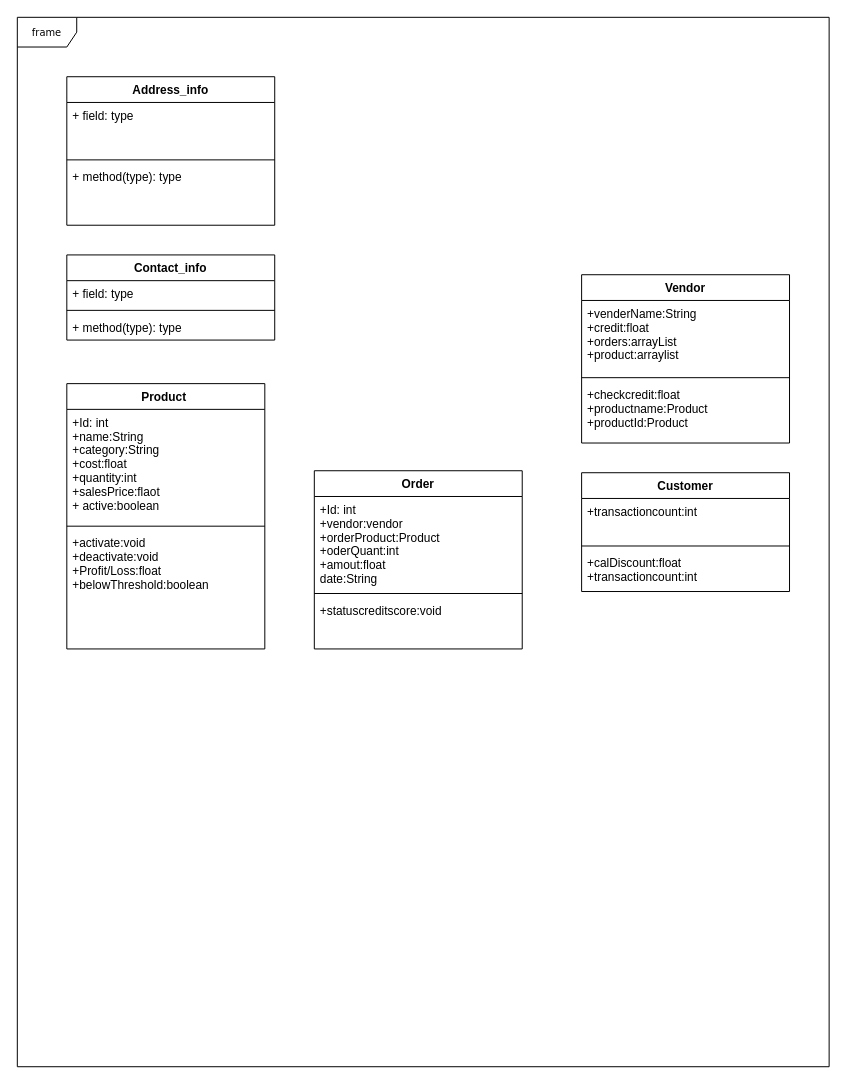
The draw.io diagram Untitled Diagram.drawio in bhiogade/new-one, before the edit. Source tidied: cells renumbered, new cells numbered last; positions are measured from the earlier drawing's top-left corner, leaving out a move shared by most shapes. Both pictures are drawn from the tidied source at 99%, with x=0, y=0 at pixel (17, 17).
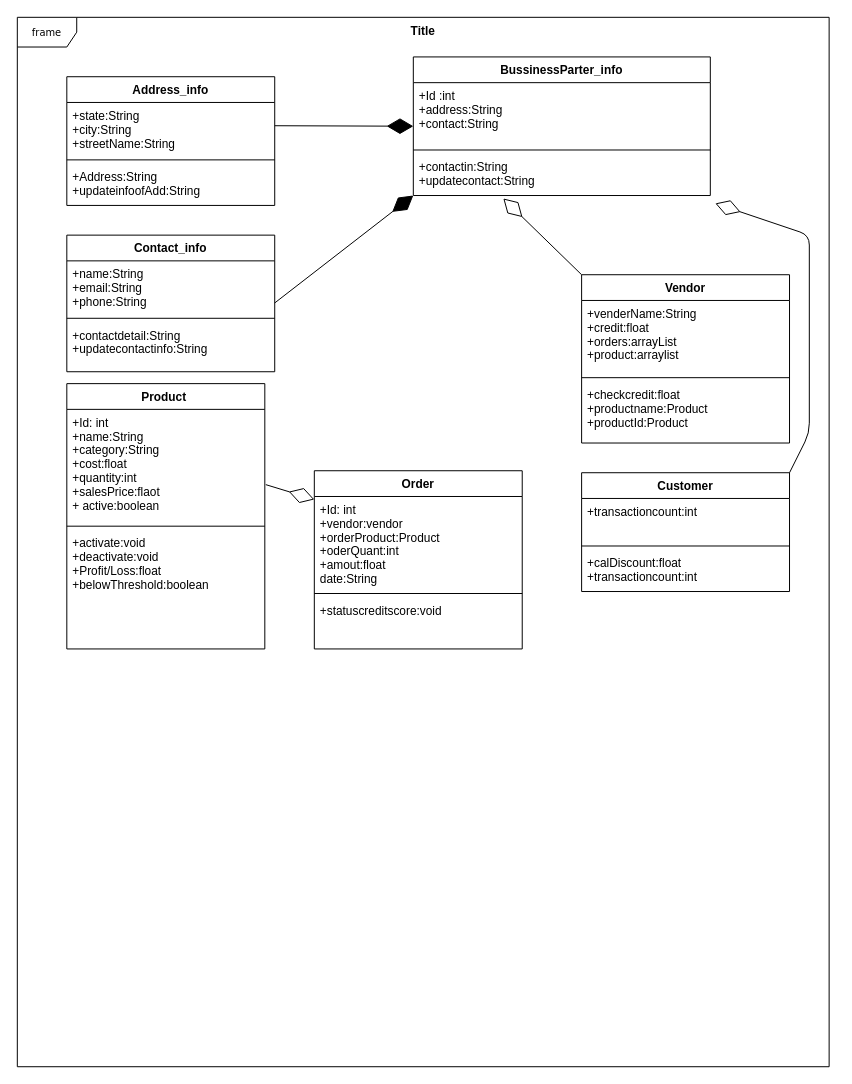
The same diagram, later.

The change refers to these unchanged cells:
```xml
<mxCell id="4" value="+Id: int&#10;+name:String&#10;+category:String&#10;+cost:float&#10;+quantity:int&#10;+salesPrice:flaot&#10;+ active:boolean" style="text;strokeColor=none;fillColor=none;align=left;verticalAlign=top;spacingLeft=4;spacingRight=4;overflow=hidden;points=[[0,0.5],[1,0.5]];portConstraint=eastwest;" parent="3" vertex="1">
  <mxGeometry y="26" width="200" height="114" as="geometry" />
</mxCell>
<mxCell id="11" value="Vendor" style="swimlane;fontStyle=1;align=center;verticalAlign=top;horizontal=1;startSize=26;fillColor=none;gradientColor=none;" parent="1" vertex="1">
  <mxGeometry x="570" y="260" width="210" height="170" as="geometry" />
</mxCell>
<mxCell id="15" value="Customer" style="swimlane;fontStyle=1;align=center;verticalAlign=top;horizontal=1;startSize=26;fillColor=none;gradientColor=none;" parent="1" vertex="1">
  <mxGeometry x="570" y="460" width="210" height="120" as="geometry" />
</mxCell>
```

Diff of the diagram source:
```diff
@@
     <mxCell id="19" value="Address_info" style="swimlane;fontStyle=1;align=center;verticalAlign=top;horizontal=1;startSize=26;fillColor=none;gradientColor=none;" parent="1" vertex="1">
-      <mxGeometry x="50" y="60" width="210" height="150" as="geometry" />
+      <mxGeometry x="50" y="60" width="210" height="130" as="geometry" />
     </mxCell>
-    <mxCell id="20" value="+ field: type" style="text;strokeColor=none;fillColor=none;align=left;verticalAlign=top;spacingLeft=4;spacingRight=4;overflow=hidden;" parent="19" vertex="1">
+    <mxCell id="20" value="+state:String&#10;+city:String&#10;+streetName:String&#10;" style="text;strokeColor=none;fillColor=none;align=left;verticalAlign=top;spacingLeft=4;spacingRight=4;overflow=hidden;" parent="19" vertex="1">
       <mxGeometry y="26" width="210" height="54" as="geometry" />
     </mxCell>
@@
-    <mxCell id="22" value="+ method(type): type" style="text;strokeColor=none;fillColor=none;align=left;verticalAlign=top;spacingLeft=4;spacingRight=4;overflow=hidden;" parent="19" vertex="1">
-      <mxGeometry y="88" width="210" height="62" as="geometry" />
+    <mxCell id="22" value="+Address:String&#10;+updateinfoofAdd:String" style="text;strokeColor=none;fillColor=none;align=left;verticalAlign=top;spacingLeft=4;spacingRight=4;overflow=hidden;" parent="19" vertex="1">
+      <mxGeometry y="88" width="210" height="42" as="geometry" />
     </mxCell>
     <mxCell id="23" value="Contact_info" style="swimlane;fontStyle=1;align=center;verticalAlign=top;horizontal=1;startSize=26;fillColor=none;gradientColor=none;" parent="1" vertex="1">
-      <mxGeometry x="50" y="240" width="210" height="86" as="geometry" />
+      <mxGeometry x="50" y="220" width="210" height="138" as="geometry" />
     </mxCell>
-    <mxCell id="24" value="+ field: type" style="text;strokeColor=none;fillColor=none;align=left;verticalAlign=top;spacingLeft=4;spacingRight=4;overflow=hidden;" parent="23" vertex="1">
-      <mxGeometry y="26" width="210" height="26" as="geometry" />
+    <mxCell id="24" value="+name:String&#10;+email:String&#10;+phone:String" style="text;strokeColor=none;fillColor=none;align=left;verticalAlign=top;spacingLeft=4;spacingRight=4;overflow=hidden;" parent="23" vertex="1">
+      <mxGeometry y="26" width="210" height="54" as="geometry" />
     </mxCell>
     <mxCell id="25" style="line;strokeWidth=1;fillColor=none;align=left;verticalAlign=middle;spacingTop=-1;spacingLeft=3;spacingRight=3;labelPosition=right;" parent="23" vertex="1">
-      <mxGeometry y="52" width="210" height="8" as="geometry" />
+      <mxGeometry y="80" width="210" height="8" as="geometry" />
     </mxCell>
-    <mxCell id="26" value="+ method(type): type" style="text;strokeColor=none;fillColor=none;align=left;verticalAlign=top;spacingLeft=4;spacingRight=4;overflow=hidden;" parent="23" vertex="1">
-      <mxGeometry y="60" width="210" height="26" as="geometry" />
+    <mxCell id="26" value="+contactdetail:String&#10;+updatecontactinfo:String" style="text;strokeColor=none;fillColor=none;align=left;verticalAlign=top;spacingLeft=4;spacingRight=4;overflow=hidden;" parent="23" vertex="1">
+      <mxGeometry y="88" width="210" height="50" as="geometry" />
     </mxCell>
+    <mxCell id="27" value="BussinessParter_info" style="swimlane;fontStyle=1;align=center;verticalAlign=top;horizontal=1;startSize=26;fillColor=none;gradientColor=none;" parent="1" vertex="1">
+      <mxGeometry x="400" y="40" width="300" height="140" as="geometry" />
+    </mxCell>
+    <mxCell id="28" value="+Id :int&#10;+address:String&#10;+contact:String" style="text;strokeColor=none;fillColor=none;align=left;verticalAlign=top;spacingLeft=4;spacingRight=4;overflow=hidden;" parent="27" vertex="1">
+      <mxGeometry y="26" width="300" height="64" as="geometry" />
+    </mxCell>
+    <mxCell id="29" style="line;strokeWidth=1;fillColor=none;align=left;verticalAlign=middle;spacingTop=-1;spacingLeft=3;spacingRight=3;labelPosition=right;" parent="27" vertex="1">
+      <mxGeometry y="90" width="300" height="8" as="geometry" />
+    </mxCell>
+    <mxCell id="30" value="+contactin:String&#10;+updatecontact:String" style="text;strokeColor=none;fillColor=none;align=left;verticalAlign=top;spacingLeft=4;spacingRight=4;overflow=hidden;points=[[0,0.5],[1,0.5]];portConstraint=eastwest;" parent="27" vertex="1">
+      <mxGeometry y="98" width="300" height="42" as="geometry" />
+    </mxCell>
+    <mxCell id="31" value="Title" style="text;align=center;fontStyle=1;verticalAlign=middle;spacingLeft=3;spacingRight=3;strokeColor=none;fillColor=none;gradientColor=none;" parent="1" vertex="1">
+      <mxGeometry x="370" width="80" height="26" as="geometry" />
+    </mxCell>
+    <mxCell id="32" style="endArrow=diamondThin;endFill=1;endSize=24;html=1;entryX=0;entryY=0.5;entryDx=0;entryDy=0;" parent="1" edge="1" target="27">
+      <mxGeometry relative="1" as="geometry">
+        <mxPoint x="260" y="109.5" as="sourcePoint" />
+      </mxGeometry>
+    </mxCell>
+    <mxCell id="33" style="endArrow=diamondThin;endFill=1;endSize=24;html=1;entryX=0;entryY=1;entryDx=0;entryDy=0;" parent="1" edge="1" target="27">
+      <mxGeometry relative="1" as="geometry">
+        <mxPoint x="260" y="288.5" as="sourcePoint" />
+      </mxGeometry>
+    </mxCell>
+    <mxCell id="34" style="endArrow=diamondThin;endFill=0;endSize=24;html=1;exitX=0;exitY=0;exitDx=0;exitDy=0;entryX=0.303;entryY=1.071;entryDx=0;entryDy=0;entryPerimeter=0;" parent="1" edge="1" source="11" target="30">
+      <mxGeometry relative="1" as="geometry" />
+    </mxCell>
+    <mxCell id="35" style="endArrow=diamondThin;endFill=0;endSize=24;html=1;entryX=1.017;entryY=1.19;entryDx=0;entryDy=0;entryPerimeter=0;exitX=1;exitY=0;exitDx=0;exitDy=0;" parent="1" edge="1" source="15" target="30">
+      <mxGeometry relative="1" as="geometry">
+        <Array as="points">
+          <mxPoint x="800" y="420" />
+          <mxPoint x="800" y="220" />
+        </Array>
+      </mxGeometry>
+    </mxCell>
+    <mxCell id="36" style="endArrow=diamondThin;endFill=0;endSize=24;html=1;exitX=1.005;exitY=0.667;exitDx=0;exitDy=0;exitPerimeter=0;" parent="1" edge="1" source="4">
+      <mxGeometry relative="1" as="geometry">
+        <mxPoint x="300" y="487" as="targetPoint" />
+      </mxGeometry>
+    </mxCell>
```
